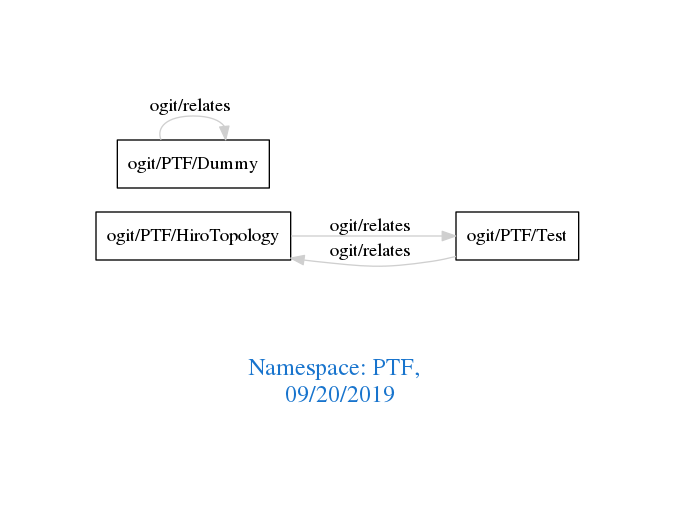
Above: downloads/PTF.png in arago/OGIT (Graphviz), before the change. Its source is kept beside it as downloads/PTF.dot.
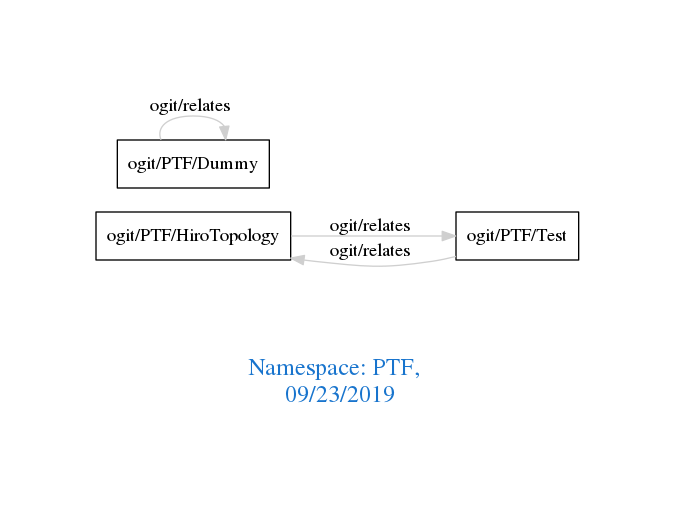
Later version of the same file.

Change to the diagram source:
```diff
@@ -1,7 +1,7 @@
 digraph OGIT_ontology {
  graph [ rankdir= LR,pad=1
 fontsize = 18,
-fontcolor= dodgerblue3,label = "\n\n\nNamespace: PTF, \n 09/20/2019"];
+fontcolor= dodgerblue3,label = "\n\n\nNamespace: PTF, \n 09/23/2019"];
 node[shape=polygon];
 edge [  color="gray81"];
 
```
